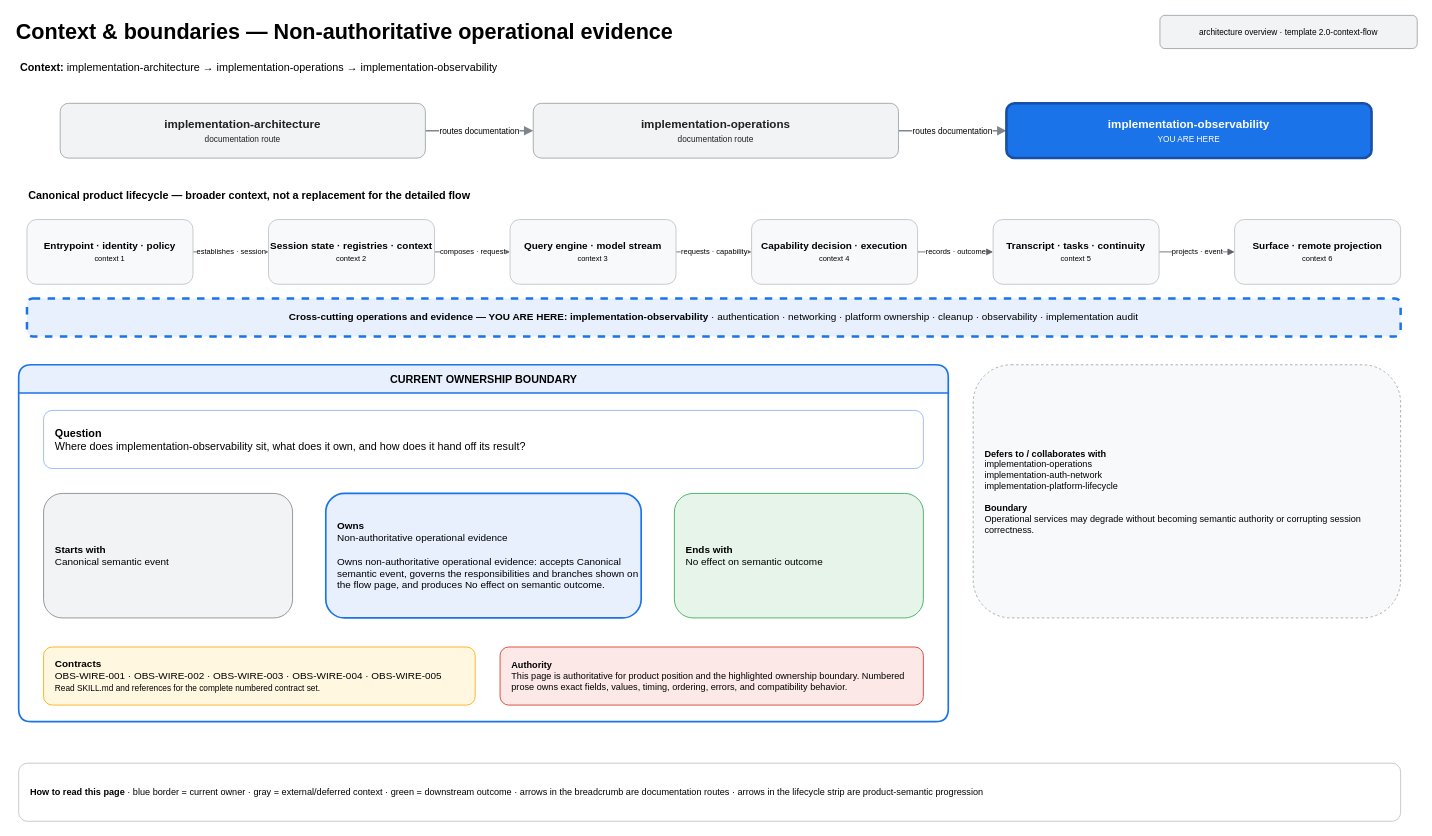
Above: page "01 — Context & Boundaries" (1 of 2) of .codex/skills/implementation-observability/assets/architecture.drawio in greenpau/agentx (draw.io), before the change. Source tidied: cells renumbered, new cells numbered last; positions are measured from the earlier drawing's top-left corner, leaving out a move shared by most shapes. Both pictures are drawn from the tidied source at 83%, with x=0, y=0 at pixel (14, 14).
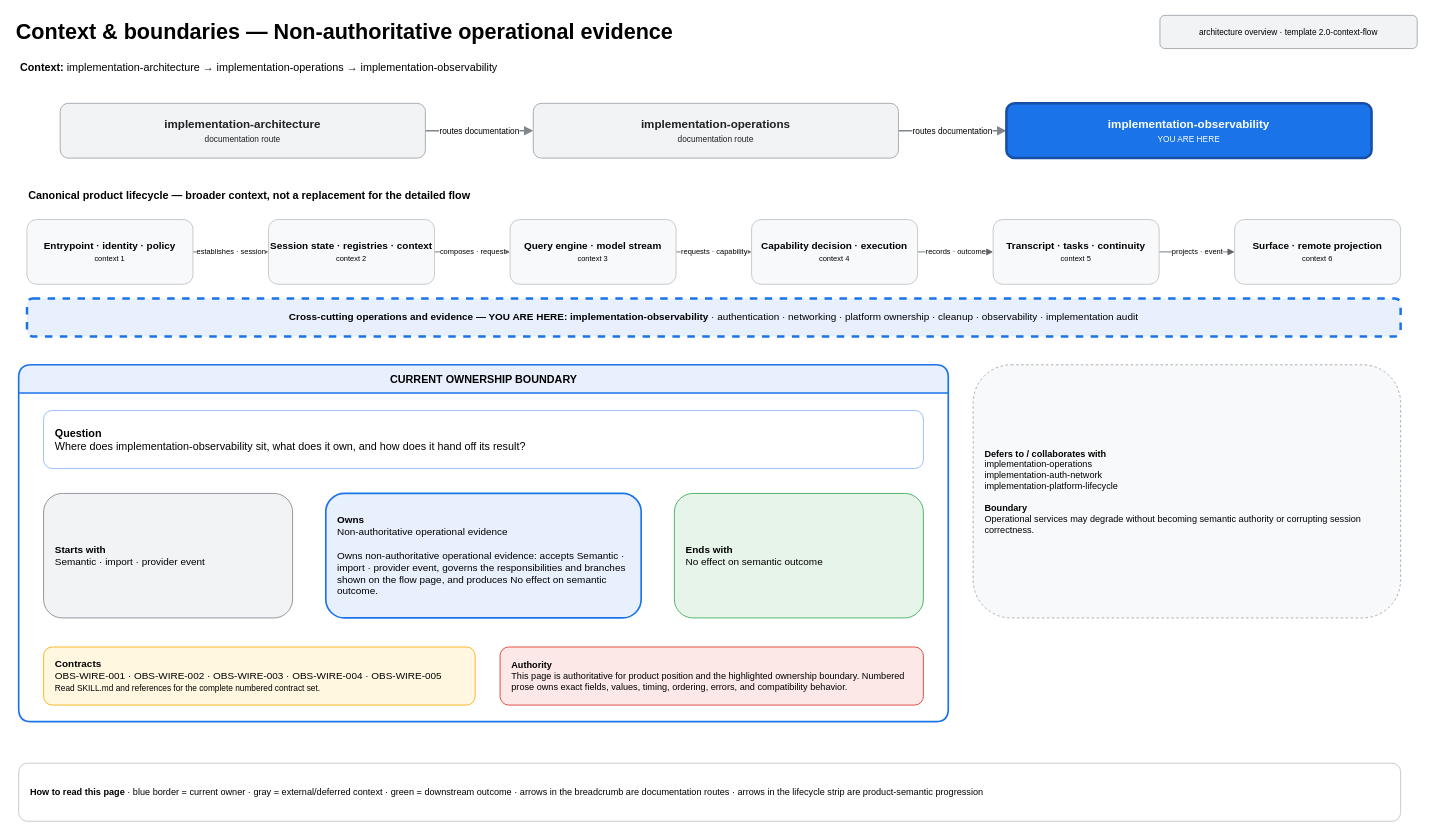
Above is the later version.

Change to the diagram source:
```diff
@@
-    <mxCell id="25" value="&lt;b&gt;Starts with&lt;/b&gt;&lt;br&gt;Canonical semantic event" style="rounded=1;whiteSpace=wrap;html=1;fillColor=#f1f3f4;strokeColor=#80868b;fontSize=12;align=left;spacingLeft=12;" parent="1" vertex="1">
+    <mxCell id="25" value="&lt;b&gt;Starts with&lt;/b&gt;&lt;br&gt;Semantic · import · provider event" style="rounded=1;whiteSpace=wrap;html=1;fillColor=#f1f3f4;strokeColor=#80868b;fontSize=12;align=left;spacingLeft=12;" parent="1" vertex="1">
       <mxGeometry x="35" y="577" width="300" height="150" as="geometry" />
     </mxCell>
-    <mxCell id="26" value="&lt;b&gt;Owns&lt;/b&gt;&lt;br&gt;Non-authoritative operational evidence&lt;br&gt;&lt;br&gt;Owns non-authoritative operational evidence: accepts Canonical semantic event, governs the responsibilities and branches shown on the flow page, and produces No effect on semantic outcome." style="rounded=1;whiteSpace=wrap;html=1;fillColor=#e8f0fe;strokeColor=#1a73e8;strokeWidth=2;fontSize=12;align=left;spacingLeft=12;" parent="1" vertex="1">
+    <mxCell id="26" value="&lt;b&gt;Owns&lt;/b&gt;&lt;br&gt;Non-authoritative operational evidence&lt;br&gt;&lt;br&gt;Owns non-authoritative operational evidence: accepts Semantic · import · provider event, governs the responsibilities and branches shown on the flow page, and produces No effect on semantic outcome." style="rounded=1;whiteSpace=wrap;html=1;fillColor=#e8f0fe;strokeColor=#1a73e8;strokeWidth=2;fontSize=12;align=left;spacingLeft=12;" parent="1" vertex="1">
       <mxGeometry x="375" y="577" width="380" height="150" as="geometry" />
     </mxCell>
```
